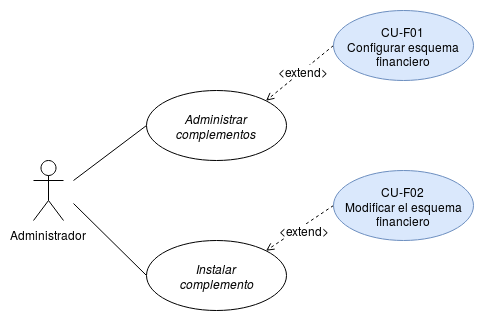
Earlier version of the draw.io export docs/modulos/finan/diagrams/UseCases.png (RicardoPolit/gamificationTT). Source tidied: cells renumbered, new cells last; positions are measured from the earlier drawing's top-left corner, leaving out a move shared by most shapes.
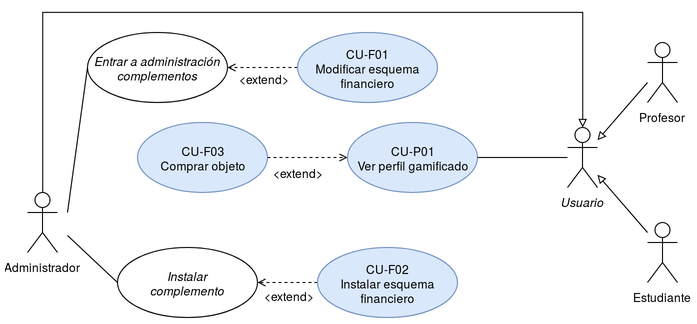
Above is the later version.

Diff of the diagram source:
```diff
@@ -2,10 +2,18 @@
   <root>
     <mxCell id="0" />
     <mxCell id="1" parent="0" />
+    <mxCell id="13" style="edgeStyle=orthogonalEdgeStyle;rounded=0;jettySize=auto;html=1;exitX=0.5;exitY=0;exitDx=0;exitDy=0;exitPerimeter=0;endArrow=block;endFill=0;" parent="1" edge="1" source="2" target="15">
+      <mxGeometry relative="1" as="geometry">
+        <Array as="points">
+          <mxPoint x="-115" y="30" />
+          <mxPoint x="425" y="30" />
+        </Array>
+      </mxGeometry>
+    </mxCell>
     <mxCell id="2" value="Administrador" style="shape=umlActor;verticalLabelPosition=bottom;labelBackgroundColor=#ffffff;verticalAlign=top;html=1;outlineConnect=0;" parent="1" vertex="1">
-      <mxGeometry y="150" width="30" height="60" as="geometry" />
+      <mxGeometry x="-130" y="210" width="30" height="60" as="geometry" />
     </mxCell>
-    <mxCell id="3" style="edgeStyle=none;rounded=0;jettySize=auto;html=1;exitX=0;exitY=0.5;exitDx=0;exitDy=0;entryX=1;entryY=0;entryDx=0;entryDy=0;dashed=1;endArrow=open;endFill=0;" parent="1" edge="1" source="5" target="9">
+    <mxCell id="3" style="edgeStyle=none;rounded=0;jettySize=auto;html=1;exitX=0;exitY=0.5;exitDx=0;exitDy=0;entryX=1;entryY=0.5;entryDx=0;entryDy=0;dashed=1;endArrow=open;endFill=0;" parent="1" edge="1" source="5" target="9">
       <mxGeometry relative="1" as="geometry" />
     </mxCell>
     <mxCell id="4" value="&amp;lt;extend&amp;gt;" style="text;html=1;align=center;verticalAlign=middle;labelBackgroundColor=#ffffff;" parent="3" vertex="1">
@@ -13,26 +21,26 @@
         <mxPoint x="-13" y="7.5" as="offset" />
       </mxGeometry>
     </mxCell>
-    <mxCell id="5" value="CU-F01&lt;br&gt;Configurar esquema financiero" style="ellipse;whiteSpace=wrap;html=1;fillColor=#dae8fc;strokeColor=#6c8ebf;" parent="1" vertex="1">
-      <mxGeometry x="300" width="140" height="70" as="geometry" />
+    <mxCell id="5" value="CU-F01&lt;br&gt;Modificar esquema financiero" style="ellipse;whiteSpace=wrap;html=1;fillColor=#dae8fc;strokeColor=#6c8ebf;" parent="1" vertex="1">
+      <mxGeometry x="140" y="50" width="140" height="70" as="geometry" />
     </mxCell>
     <mxCell id="6" style="edgeStyle=none;rounded=0;jettySize=auto;html=1;exitX=0;exitY=0.5;exitDx=0;exitDy=0;endArrow=none;endFill=0;" parent="1" edge="1" source="7">
       <mxGeometry relative="1" as="geometry">
-        <mxPoint x="40" y="193" as="targetPoint" />
+        <mxPoint x="-90" y="253" as="targetPoint" />
       </mxGeometry>
     </mxCell>
     <mxCell id="7" value="&lt;i&gt;Instalar &lt;br&gt;complemento&lt;/i&gt;" style="ellipse;whiteSpace=wrap;html=1;" parent="1" vertex="1">
-      <mxGeometry x="113" y="230" width="140" height="70" as="geometry" />
+      <mxGeometry x="-40" y="265" width="140" height="70" as="geometry" />
     </mxCell>
     <mxCell id="8" style="edgeStyle=none;rounded=0;jettySize=auto;html=1;exitX=0;exitY=0.5;exitDx=0;exitDy=0;endArrow=none;endFill=0;" parent="1" edge="1" source="9">
       <mxGeometry relative="1" as="geometry">
-        <mxPoint x="40" y="170" as="targetPoint" />
+        <mxPoint x="-90" y="230" as="targetPoint" />
       </mxGeometry>
     </mxCell>
-    <mxCell id="9" value="&lt;i&gt;Administrar complementos&lt;br&gt;&lt;/i&gt;" style="ellipse;whiteSpace=wrap;html=1;" parent="1" vertex="1">
-      <mxGeometry x="113" y="80" width="140" height="70" as="geometry" />
+    <mxCell id="9" value="Entrar a a&lt;span&gt;dministración complementos&lt;br&gt;&lt;/span&gt;" style="ellipse;whiteSpace=wrap;html=1;fontStyle=2;" parent="1" vertex="1">
+      <mxGeometry x="-70" y="50" width="140" height="70" as="geometry" />
     </mxCell>
-    <mxCell id="10" style="edgeStyle=none;rounded=0;jettySize=auto;html=1;exitX=0;exitY=0.5;exitDx=0;exitDy=0;entryX=1;entryY=0;entryDx=0;entryDy=0;dashed=1;endArrow=open;endFill=0;" parent="1" edge="1" source="12" target="7">
+    <mxCell id="10" style="edgeStyle=none;rounded=0;jettySize=auto;html=1;exitX=0;exitY=0.5;exitDx=0;exitDy=0;entryX=1;entryY=0.5;entryDx=0;entryDy=0;dashed=1;endArrow=open;endFill=0;" parent="1" edge="1" source="12" target="7">
       <mxGeometry relative="1" as="geometry" />
     </mxCell>
     <mxCell id="11" value="&lt;div&gt;&amp;lt;extend&amp;gt;&lt;/div&gt;" style="text;html=1;align=center;verticalAlign=middle;labelBackgroundColor=#ffffff;" parent="10" vertex="1">
@@ -40,8 +48,44 @@
         <mxPoint x="-12.5" y="12" as="offset" />
       </mxGeometry>
     </mxCell>
-    <mxCell id="12" value="CU-F02&lt;br&gt;Modificar el esquema financiero" style="ellipse;whiteSpace=wrap;html=1;fillColor=#dae8fc;strokeColor=#6c8ebf;" parent="1" vertex="1">
-      <mxGeometry x="300" y="160" width="140" height="70" as="geometry" />
+    <mxCell id="12" value="CU-F02&lt;br&gt;Instalar esquema financiero" style="ellipse;whiteSpace=wrap;html=1;fillColor=#dae8fc;strokeColor=#6c8ebf;" parent="1" vertex="1">
+      <mxGeometry x="160" y="265" width="140" height="70" as="geometry" />
     </mxCell>
+    <mxCell id="14" value="&lt;div&gt;CU-F03&lt;/div&gt;Comprar objeto" style="ellipse;whiteSpace=wrap;html=1;fillColor=#dae8fc;strokeColor=#6c8ebf;" parent="1" vertex="1">
+      <mxGeometry x="-20" y="140" width="130" height="70" as="geometry" />
+    </mxCell>
+    <mxCell id="15" value="&lt;i&gt;Usuario&lt;/i&gt;" style="shape=umlActor;verticalLabelPosition=bottom;labelBackgroundColor=#ffffff;verticalAlign=top;html=1;outlineConnect=0;" parent="1" vertex="1">
+      <mxGeometry x="410" y="145" width="30" height="60" as="geometry" />
+    </mxCell>
+    <mxCell id="16" style="rounded=0;jettySize=auto;html=1;endArrow=block;endFill=0;" parent="1" edge="1" target="15">
+      <mxGeometry relative="1" as="geometry">
+        <mxPoint x="490" y="100" as="sourcePoint" />
+      </mxGeometry>
+    </mxCell>
+    <mxCell id="17" value="Profesor" style="shape=umlActor;verticalLabelPosition=bottom;labelBackgroundColor=#ffffff;verticalAlign=top;html=1;" parent="1" vertex="1">
+      <mxGeometry x="490" y="60" width="30" height="60" as="geometry" />
+    </mxCell>
+    <mxCell id="18" style="edgeStyle=none;rounded=0;jettySize=auto;html=1;endArrow=block;endFill=0;" parent="1" edge="1" target="15">
+      <mxGeometry relative="1" as="geometry">
+        <mxPoint x="490" y="250" as="sourcePoint" />
+      </mxGeometry>
+    </mxCell>
+    <mxCell id="19" value="Estudiante" style="shape=umlActor;verticalLabelPosition=bottom;labelBackgroundColor=#ffffff;verticalAlign=top;html=1;" parent="1" vertex="1">
+      <mxGeometry x="490" y="240" width="30" height="60" as="geometry" />
+    </mxCell>
+    <mxCell id="20" value="&lt;div&gt;CU-P01&lt;/div&gt;Ver perfil gamificado" style="ellipse;whiteSpace=wrap;html=1;fillColor=#dae8fc;strokeColor=#6c8ebf;" parent="1" vertex="1">
+      <mxGeometry x="190" y="140" width="130" height="70" as="geometry" />
+    </mxCell>
+    <mxCell id="21" style="edgeStyle=none;rounded=0;jettySize=auto;html=1;endArrow=none;endFill=0;entryX=1;entryY=0.5;entryDx=0;entryDy=0;" parent="1" edge="1" source="15" target="20">
+      <mxGeometry relative="1" as="geometry" />
+    </mxCell>
+    <mxCell id="22" style="edgeStyle=none;rounded=0;jettySize=auto;html=1;exitX=1;exitY=0.5;exitDx=0;exitDy=0;entryX=0;entryY=0.5;entryDx=0;entryDy=0;dashed=1;endArrow=open;endFill=0;" parent="1" edge="1" source="14" target="20">
+      <mxGeometry relative="1" as="geometry" />
+    </mxCell>
+    <mxCell id="23" value="&amp;lt;extend&amp;gt;" style="text;html=1;align=center;verticalAlign=middle;labelBackgroundColor=#ffffff;" parent="22" vertex="1">
+      <mxGeometry x="-0.44" y="3" relative="1" as="geometry">
+        <mxPoint x="7.5" y="18" as="offset" />
+      </mxGeometry>
+    </mxCell>
   </root>
 </mxGraphModel>
```
